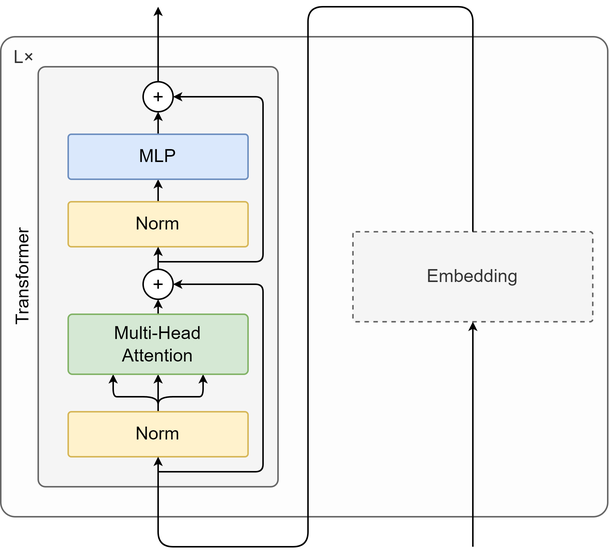
Before: CvT-RecurrentEmbedding.drawio.png, a diagram exported from draw.io (SeyaSchmassmann/wods). Source tidied: cells renumbered, new cells last; positions are measured from the earlier drawing's top-left corner, leaving out a move shared by most shapes. The source it was exported from:
```xml
<mxGraphModel>
  <root>
    <mxCell id="0" />
    <mxCell id="1" parent="0" />
    <mxCell id="2" value="L×" style="rounded=1;whiteSpace=wrap;html=1;arcSize=3;verticalAlign=top;align=left;spacingLeft=7;fillColor=light-dark(#fdfdfd, #1a1a1a);fontColor=#333333;strokeColor=#666666;" parent="1" vertex="1">
      <mxGeometry y="20" width="405" height="320" as="geometry" />
    </mxCell>
    <mxCell id="3" value="Embedding" style="rounded=1;whiteSpace=wrap;html=1;fillColor=#f5f5f5;fontColor=#333333;strokeColor=#666666;arcSize=3;dashed=1;" parent="1" vertex="1">
      <mxGeometry x="235" y="150" width="160" height="60" as="geometry" />
    </mxCell>
    <mxCell id="4" style="edgeStyle=none;html=1;entryX=0.5;entryY=1;entryDx=0;entryDy=0;endSize=3;startSize=3;exitX=0.5;exitY=0;exitDx=0;exitDy=0;" parent="1" edge="1">
      <mxGeometry relative="1" as="geometry">
        <mxPoint x="525" y="120" as="sourcePoint" />
      </mxGeometry>
    </mxCell>
    <mxCell id="5" style="edgeStyle=none;html=1;entryX=0.5;entryY=1;entryDx=0;entryDy=0;exitX=0.5;exitY=0;exitDx=0;exitDy=0;endSize=3;startSize=3;" parent="1" edge="1">
      <mxGeometry relative="1" as="geometry">
        <mxPoint x="525" y="165" as="sourcePoint" />
      </mxGeometry>
    </mxCell>
    <mxCell id="6" style="rounded=1;whiteSpace=wrap;html=1;fillColor=#f5f5f5;fontColor=#333333;strokeColor=#666666;arcSize=3;verticalAlign=top;align=left;spacingLeft=7;" parent="1" vertex="1">
      <mxGeometry x="25" y="40" width="160" height="280" as="geometry" />
    </mxCell>
    <mxCell id="7" style="edgeStyle=none;html=1;entryX=0.5;entryY=1;entryDx=0;entryDy=0;exitX=0.5;exitY=0;exitDx=0;exitDy=0;startSize=3;endSize=3;" parent="1" edge="1" source="10" target="12">
      <mxGeometry relative="1" as="geometry" />
    </mxCell>
    <mxCell id="8" style="edgeStyle=none;html=1;entryX=0.75;entryY=1;entryDx=0;entryDy=0;exitX=0.5;exitY=0;exitDx=0;exitDy=0;startSize=3;endSize=3;" parent="1" edge="1" source="10" target="12">
      <mxGeometry relative="1" as="geometry">
        <Array as="points">
          <mxPoint x="105" y="260" />
          <mxPoint x="125" y="260" />
          <mxPoint x="135" y="260" />
        </Array>
      </mxGeometry>
    </mxCell>
    <mxCell id="9" style="edgeStyle=none;html=1;entryX=0.25;entryY=1;entryDx=0;entryDy=0;exitX=0.5;exitY=0;exitDx=0;exitDy=0;startSize=3;endSize=3;" parent="1" edge="1" source="10" target="12">
      <mxGeometry relative="1" as="geometry">
        <Array as="points">
          <mxPoint x="105" y="260" />
          <mxPoint x="85" y="260" />
          <mxPoint x="75" y="260" />
        </Array>
      </mxGeometry>
    </mxCell>
    <mxCell id="10" value="Norm" style="rounded=1;whiteSpace=wrap;html=1;fillColor=#fff2cc;strokeColor=#d6b656;arcSize=7;" parent="1" vertex="1">
      <mxGeometry x="45" y="270" width="120" height="30" as="geometry" />
    </mxCell>
    <mxCell id="11" style="edgeStyle=none;html=1;exitX=0.5;exitY=0;exitDx=0;exitDy=0;entryX=0.5;entryY=1;entryDx=0;entryDy=0;endArrow=classic;endFill=1;startSize=3;endSize=3;" parent="1" edge="1" source="12" target="27">
      <mxGeometry relative="1" as="geometry" />
    </mxCell>
    <mxCell id="12" value="Multi-Head&lt;br&gt;Attention" style="rounded=1;whiteSpace=wrap;html=1;fillColor=#d5e8d4;strokeColor=#82b366;arcSize=7;" parent="1" vertex="1">
      <mxGeometry x="45" y="205" width="120" height="40" as="geometry" />
    </mxCell>
    <mxCell id="13" style="edgeStyle=none;html=1;entryX=0.5;entryY=1;entryDx=0;entryDy=0;endArrow=classic;endFill=1;exitX=0.5;exitY=0;exitDx=0;exitDy=0;startSize=3;endSize=3;" parent="1" edge="1" source="14" target="17">
      <mxGeometry relative="1" as="geometry" />
    </mxCell>
    <mxCell id="14" value="Norm" style="rounded=1;whiteSpace=wrap;html=1;fillColor=#fff2cc;strokeColor=#d6b656;arcSize=7;" parent="1" vertex="1">
      <mxGeometry x="45" y="130" width="120" height="30" as="geometry" />
    </mxCell>
    <mxCell id="15" style="edgeStyle=none;html=1;entryX=0.5;entryY=1;entryDx=0;entryDy=0;endArrow=classic;endFill=1;exitX=0.5;exitY=0;exitDx=0;exitDy=0;startSize=3;endSize=3;" parent="1" edge="1" source="27" target="14">
      <mxGeometry relative="1" as="geometry" />
    </mxCell>
    <mxCell id="16" style="edgeStyle=none;html=1;entryX=0.5;entryY=1;entryDx=0;entryDy=0;exitX=0.5;exitY=0;exitDx=0;exitDy=0;endArrow=classic;endFill=1;startSize=3;endSize=3;" parent="1" edge="1" source="17" target="20">
      <mxGeometry relative="1" as="geometry" />
    </mxCell>
    <mxCell id="17" value="MLP" style="rounded=1;whiteSpace=wrap;html=1;fillColor=#dae8fc;strokeColor=#6c8ebf;arcSize=7;" parent="1" vertex="1">
      <mxGeometry x="45" y="85" width="120" height="30" as="geometry" />
    </mxCell>
    <mxCell id="18" style="group;" parent="1" vertex="1">
      <mxGeometry x="95" y="50" width="20" height="20" as="geometry" />
    </mxCell>
    <mxCell id="19" style="group;" parent="18" vertex="1">
      <mxGeometry width="20" height="20" as="geometry" />
    </mxCell>
    <mxCell id="20" style="ellipse;whiteSpace=wrap;html=1;" parent="19" vertex="1">
      <mxGeometry width="20" height="20" as="geometry" />
    </mxCell>
    <mxCell id="21" style="shape=cross;whiteSpace=wrap;html=1;size=0;" parent="19" vertex="1">
      <mxGeometry x="7" y="7" width="6" height="6" as="geometry" />
    </mxCell>
    <mxCell id="22" style="endArrow=classic;html=1;entryX=1;entryY=0.5;entryDx=0;entryDy=0;startSize=3;endSize=3;arcSize=10;" parent="1" edge="1" target="20">
      <mxGeometry relative="1" as="geometry">
        <mxPoint x="105" y="170" as="sourcePoint" />
        <Array as="points">
          <mxPoint x="175" y="170" />
          <mxPoint x="175" y="60" />
        </Array>
      </mxGeometry>
    </mxCell>
    <mxCell id="23" style="edgeStyle=none;html=1;entryX=0.5;entryY=1;entryDx=0;entryDy=0;endSize=3;startSize=3;exitX=0.5;exitY=0;exitDx=0;exitDy=0;" parent="1" edge="1" source="3" target="10">
      <mxGeometry relative="1" as="geometry">
        <Array as="points">
          <mxPoint x="315" />
          <mxPoint x="205" />
          <mxPoint x="205" y="360" />
          <mxPoint x="105" y="360" />
        </Array>
      </mxGeometry>
    </mxCell>
    <mxCell id="24" value="Transformer" style="text;html=1;align=center;verticalAlign=middle;whiteSpace=wrap;rounded=0;horizontal=0;" parent="1" vertex="1">
      <mxGeometry x="5" y="145" width="20" height="70" as="geometry" />
    </mxCell>
    <mxCell id="25" style="endArrow=classic;html=1;entryX=1;entryY=0.5;entryDx=0;entryDy=0;startSize=3;endSize=3;arcSize=10;" parent="1" edge="1" target="27">
      <mxGeometry relative="1" as="geometry">
        <mxPoint x="105" y="310" as="sourcePoint" />
        <Array as="points">
          <mxPoint x="175" y="310" />
          <mxPoint x="175" y="185" />
        </Array>
      </mxGeometry>
    </mxCell>
    <mxCell id="26" style="group;" parent="1" vertex="1">
      <mxGeometry x="95" y="175" width="20" height="20" as="geometry" />
    </mxCell>
    <mxCell id="27" style="ellipse;whiteSpace=wrap;html=1;" parent="26" vertex="1">
      <mxGeometry width="20" height="20" as="geometry" />
    </mxCell>
    <mxCell id="28" style="shape=cross;whiteSpace=wrap;html=1;size=0;" parent="26" vertex="1">
      <mxGeometry x="7" y="7" width="6" height="6" as="geometry" />
    </mxCell>
    <mxCell id="29" style="edgeStyle=none;html=1;startSize=3;endSize=3;entryX=0.5;entryY=1;entryDx=0;entryDy=0;exitX=0.5;exitY=0;exitDx=0;exitDy=0;" parent="1" edge="1">
      <mxGeometry relative="1" as="geometry">
        <mxPoint x="525" y="210" as="sourcePoint" />
      </mxGeometry>
    </mxCell>
    <mxCell id="30" style="edgeStyle=none;html=1;endArrow=none;endFill=0;startArrow=classic;startFill=1;endSize=3;startSize=3;exitX=0.5;exitY=1;exitDx=0;exitDy=0;" parent="1" edge="1" source="3">
      <mxGeometry relative="1" as="geometry">
        <mxPoint x="315" y="360" as="targetPoint" />
      </mxGeometry>
    </mxCell>
    <mxCell id="31" style="edgeStyle=none;html=1;exitX=0.5;exitY=0;exitDx=0;exitDy=0;endSize=3;startSize=3;" parent="1" edge="1" source="20">
      <mxGeometry relative="1" as="geometry">
        <mxPoint x="105" as="targetPoint" />
      </mxGeometry>
    </mxCell>
  </root>
</mxGraphModel>
```
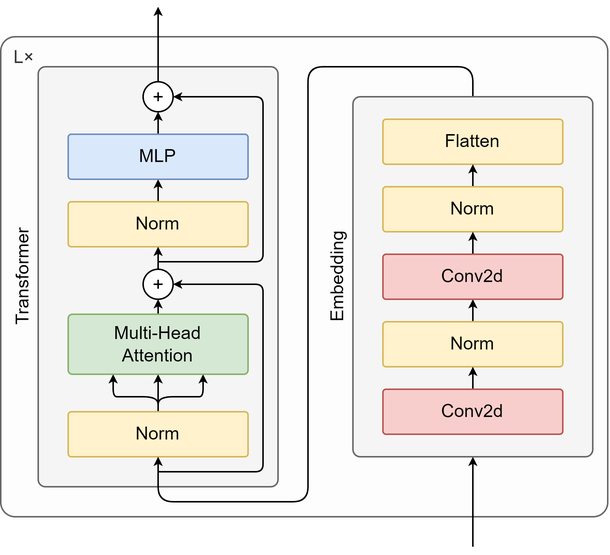
Later version of the same file.

Commit message:
refine grapics

Diff of the diagram source:
```diff
@@ -5,9 +5,6 @@
     <mxCell id="2" value="L×" style="rounded=1;whiteSpace=wrap;html=1;arcSize=3;verticalAlign=top;align=left;spacingLeft=7;fillColor=light-dark(#fdfdfd, #1a1a1a);fontColor=#333333;strokeColor=#666666;" parent="1" vertex="1">
       <mxGeometry y="20" width="405" height="320" as="geometry" />
     </mxCell>
-    <mxCell id="3" value="Embedding" style="rounded=1;whiteSpace=wrap;html=1;fillColor=#f5f5f5;fontColor=#333333;strokeColor=#666666;arcSize=3;dashed=1;" parent="1" vertex="1">
-      <mxGeometry x="235" y="150" width="160" height="60" as="geometry" />
-    </mxCell>
     <mxCell id="4" style="edgeStyle=none;html=1;entryX=0.5;entryY=1;entryDx=0;entryDy=0;endSize=3;startSize=3;exitX=0.5;exitY=0;exitDx=0;exitDy=0;" parent="1" edge="1">
       <mxGeometry relative="1" as="geometry">
         <mxPoint x="525" y="120" as="sourcePoint" />
@@ -87,13 +84,13 @@
         </Array>
       </mxGeometry>
     </mxCell>
-    <mxCell id="23" style="edgeStyle=none;html=1;entryX=0.5;entryY=1;entryDx=0;entryDy=0;endSize=3;startSize=3;exitX=0.5;exitY=0;exitDx=0;exitDy=0;" parent="1" edge="1" source="3" target="10">
+    <mxCell id="23" style="edgeStyle=none;html=1;entryX=0.5;entryY=1;entryDx=0;entryDy=0;endSize=3;startSize=3;exitX=0.5;exitY=0;exitDx=0;exitDy=0;" parent="1" edge="1" source="32" target="10">
       <mxGeometry relative="1" as="geometry">
         <Array as="points">
-          <mxPoint x="315" />
-          <mxPoint x="205" />
-          <mxPoint x="205" y="360" />
-          <mxPoint x="105" y="360" />
+          <mxPoint x="315" y="40" />
+          <mxPoint x="205" y="40" />
+          <mxPoint x="205" y="330" />
+          <mxPoint x="105" y="330" />
         </Array>
       </mxGeometry>
     </mxCell>
@@ -123,7 +120,7 @@
         <mxPoint x="525" y="210" as="sourcePoint" />
       </mxGeometry>
     </mxCell>
-    <mxCell id="30" style="edgeStyle=none;html=1;endArrow=none;endFill=0;startArrow=classic;startFill=1;endSize=3;startSize=3;exitX=0.5;exitY=1;exitDx=0;exitDy=0;" parent="1" edge="1" source="3">
+    <mxCell id="30" style="edgeStyle=none;html=1;endArrow=none;endFill=0;startArrow=classic;startFill=1;endSize=3;startSize=3;exitX=0.5;exitY=1;exitDx=0;exitDy=0;" parent="1" edge="1" source="32">
       <mxGeometry relative="1" as="geometry">
         <mxPoint x="315" y="360" as="targetPoint" />
       </mxGeometry>
@@ -133,5 +130,38 @@
         <mxPoint x="105" as="targetPoint" />
       </mxGeometry>
     </mxCell>
+    <mxCell id="32" style="rounded=1;whiteSpace=wrap;html=1;fillColor=#f5f5f5;fontColor=#333333;strokeColor=#666666;arcSize=3;" parent="1" vertex="1">
+      <mxGeometry x="235" y="60" width="160" height="240" as="geometry" />
+    </mxCell>
+    <mxCell id="3" value="Embedding" style="text;html=1;align=center;verticalAlign=middle;whiteSpace=wrap;rounded=0;horizontal=0;" parent="1" vertex="1">
+      <mxGeometry x="215" y="145" width="20" height="70" as="geometry" />
+    </mxCell>
+    <mxCell id="33" value="Flatten" style="rounded=1;whiteSpace=wrap;html=1;fillColor=#fff2cc;strokeColor=#d6b656;arcSize=7;" parent="1" vertex="1">
+      <mxGeometry x="255" y="75" width="120" height="30" as="geometry" />
+    </mxCell>
+    <mxCell id="34" style="edgeStyle=none;html=1;startSize=3;endSize=3;entryX=0.5;entryY=1;entryDx=0;entryDy=0;exitX=0.5;exitY=0;exitDx=0;exitDy=0;" parent="1" edge="1" source="35" target="41">
+      <mxGeometry relative="1" as="geometry" />
+    </mxCell>
+    <mxCell id="35" value="&lt;font style=&quot;color: rgb(0, 0, 0);&quot;&gt;Norm&lt;/font&gt;" style="rounded=1;whiteSpace=wrap;html=1;fillColor=#fff2cc;strokeColor=#d6b656;arcSize=7;" parent="1" vertex="1">
+      <mxGeometry x="255" y="210" width="120" height="30" as="geometry" />
+    </mxCell>
+    <mxCell id="36" style="edgeStyle=none;html=1;endSize=3;startSize=3;exitX=0.5;exitY=0;exitDx=0;exitDy=0;entryX=0.5;entryY=1;entryDx=0;entryDy=0;" parent="1" edge="1" source="37" target="35">
+      <mxGeometry relative="1" as="geometry" />
+    </mxCell>
+    <mxCell id="37" value="&lt;font style=&quot;color: rgb(0, 0, 0);&quot;&gt;Conv2d&lt;br&gt;&lt;/font&gt;" style="rounded=1;whiteSpace=wrap;html=1;fillColor=#f8cecc;strokeColor=#b85450;arcSize=7;" parent="1" vertex="1">
+      <mxGeometry x="255" y="255" width="120" height="30" as="geometry" />
+    </mxCell>
+    <mxCell id="38" style="edgeStyle=none;html=1;exitX=0.5;exitY=0;exitDx=0;exitDy=0;entryX=0.5;entryY=1;entryDx=0;entryDy=0;startSize=3;endSize=3;" parent="1" edge="1" source="39" target="33">
+      <mxGeometry relative="1" as="geometry" />
+    </mxCell>
+    <mxCell id="39" value="&lt;font style=&quot;color: rgb(0, 0, 0);&quot;&gt;Norm&lt;/font&gt;" style="rounded=1;whiteSpace=wrap;html=1;fillColor=#fff2cc;strokeColor=#d6b656;arcSize=7;" parent="1" vertex="1">
+      <mxGeometry x="255" y="120" width="120" height="30" as="geometry" />
+    </mxCell>
+    <mxCell id="40" style="edgeStyle=none;html=1;entryX=0.5;entryY=1;entryDx=0;entryDy=0;endSize=3;startSize=3;" parent="1" edge="1" source="41" target="39">
+      <mxGeometry relative="1" as="geometry" />
+    </mxCell>
+    <mxCell id="41" value="&lt;font style=&quot;color: rgb(0, 0, 0);&quot;&gt;Conv2d&lt;br&gt;&lt;/font&gt;" style="rounded=1;whiteSpace=wrap;html=1;fillColor=#f8cecc;strokeColor=#b85450;arcSize=7;" parent="1" vertex="1">
+      <mxGeometry x="255" y="165" width="120" height="30" as="geometry" />
+    </mxCell>
   </root>
 </mxGraphModel>
```
